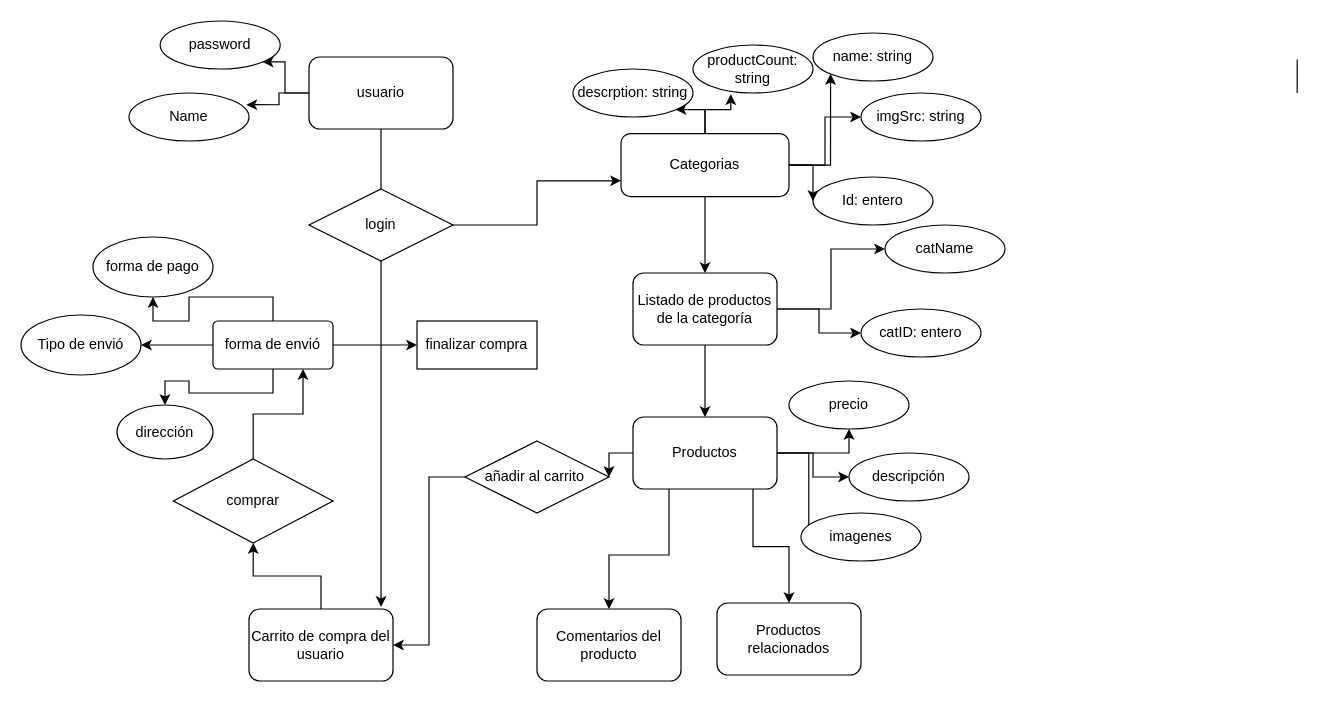
The draw.io diagram Diagrama sin título.drawio in maglisg/e_commerce, before the edit. Source tidied: cells renumbered, new cells numbered last; positions are measured from the earlier drawing's top-left corner, leaving out a move shared by most shapes. Both pictures are drawn from the tidied source at 120%, with x=0, y=0 at pixel (20, 20).
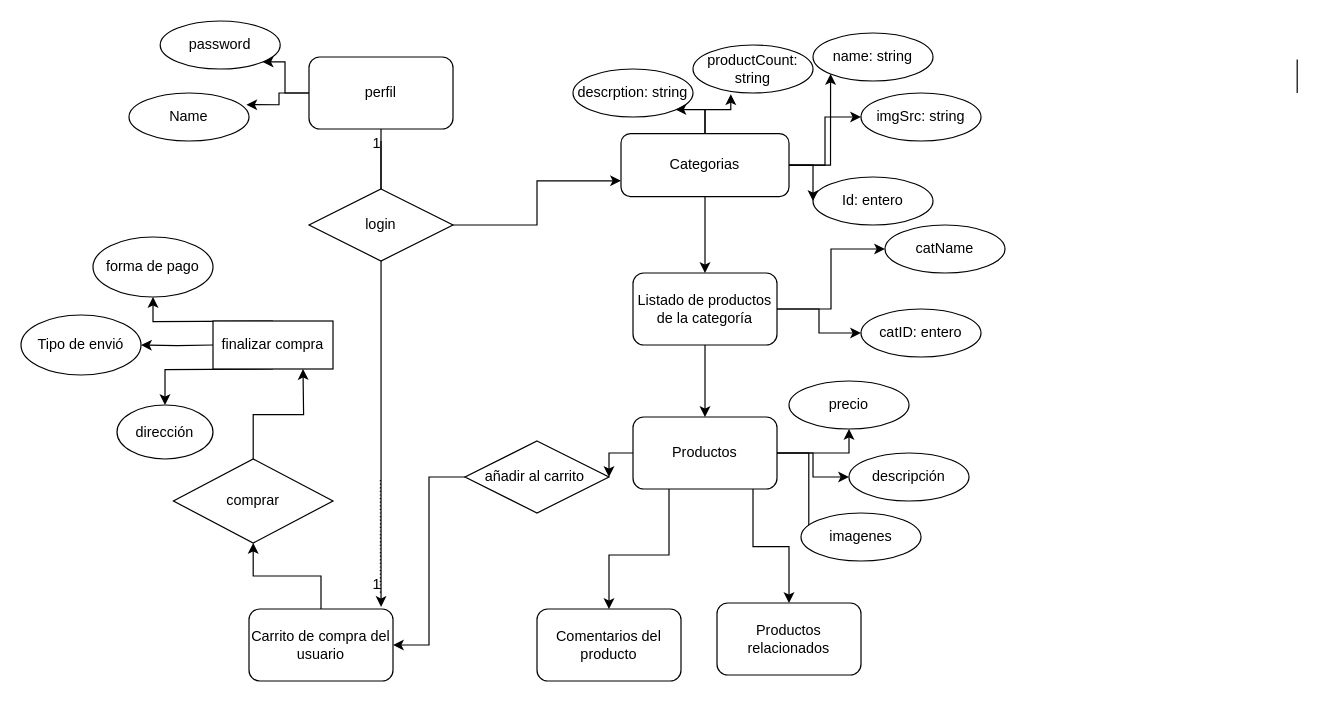
The same diagram, later.

Unchanged cells that the change refers to:
```xml
<mxCell id="38" value="comprar" style="shape=rhombus;perimeter=rhombusPerimeter;whiteSpace=wrap;html=1;align=center;" parent="1" vertex="1">
  <mxGeometry x="127" y="365" width="133" height="70" as="geometry" />
</mxCell>
<mxCell id="44" value="forma de pago" style="ellipse;whiteSpace=wrap;html=1;rounded=1;arcSize=10;" parent="1" vertex="1">
  <mxGeometry x="60" y="180" width="100" height="50" as="geometry" />
</mxCell>
<mxCell id="45" value="dirección" style="ellipse;whiteSpace=wrap;html=1;rounded=1;arcSize=10;" parent="1" vertex="1">
  <mxGeometry x="80" y="320" width="80" height="45" as="geometry" />
</mxCell>
<mxCell id="46" value="Tipo de envió" style="ellipse;whiteSpace=wrap;html=1;rounded=1;arcSize=10;" parent="1" vertex="1">
  <mxGeometry y="245" width="100" height="50" as="geometry" />
</mxCell>
```

What changed in the source:
```diff
@@
-    <mxCell id="34" value="usuario" style="rounded=1;whiteSpace=wrap;html=1;" parent="1" vertex="1">
+    <mxCell id="34" value="perfil" style="rounded=1;whiteSpace=wrap;html=1;" parent="1" vertex="1">
       <mxGeometry x="240" y="30" width="120" height="60" as="geometry" />
     </mxCell>
@@
-    <mxCell id="37" style="edgeStyle=orthogonalEdgeStyle;rounded=0;jettySize=auto;html=1;entryX=0.75;entryY=1;entryDx=0;entryDy=0;" parent="1" edge="1" source="38" target="43">
-      <mxGeometry relative="1" as="geometry" />
+    <mxCell id="37" style="edgeStyle=orthogonalEdgeStyle;rounded=0;jettySize=auto;html=1;entryX=0.75;entryY=1;entryDx=0;entryDy=0;" parent="1" edge="1" source="38">
+      <mxGeometry relative="1" as="geometry">
+        <mxPoint x="235" y="290" as="targetPoint" />
+      </mxGeometry>
     </mxCell>
@@
-    <mxCell id="39" style="edgeStyle=orthogonalEdgeStyle;rounded=0;jettySize=auto;html=1;" parent="1" edge="1" source="43" target="44">
-      <mxGeometry relative="1" as="geometry" />
+    <mxCell id="39" style="edgeStyle=orthogonalEdgeStyle;rounded=0;jettySize=auto;html=1;" parent="1" edge="1" target="44">
+      <mxGeometry relative="1" as="geometry">
+        <mxPoint x="210" y="250" as="sourcePoint" />
+      </mxGeometry>
     </mxCell>
-    <mxCell id="40" style="edgeStyle=orthogonalEdgeStyle;rounded=0;jettySize=auto;html=1;" parent="1" edge="1" source="43" target="45">
-      <mxGeometry relative="1" as="geometry" />
+    <mxCell id="40" style="edgeStyle=orthogonalEdgeStyle;rounded=0;jettySize=auto;html=1;" parent="1" edge="1" target="45">
+      <mxGeometry relative="1" as="geometry">
+        <mxPoint x="210" y="290" as="sourcePoint" />
+      </mxGeometry>
     </mxCell>
-    <mxCell id="41" style="edgeStyle=orthogonalEdgeStyle;rounded=0;jettySize=auto;html=1;" parent="1" edge="1" source="43" target="46">
-      <mxGeometry relative="1" as="geometry" />
+    <mxCell id="41" style="edgeStyle=orthogonalEdgeStyle;rounded=0;jettySize=auto;html=1;" parent="1" edge="1" target="46">
+      <mxGeometry relative="1" as="geometry">
+        <mxPoint x="160" y="270" as="sourcePoint" />
+      </mxGeometry>
     </mxCell>
-    <mxCell id="42" style="edgeStyle=orthogonalEdgeStyle;rounded=0;jettySize=auto;html=1;" parent="1" edge="1" source="43" target="52">
-      <mxGeometry relative="1" as="geometry" />
-    </mxCell>
-    <mxCell id="43" value="forma de envió" style="rounded=1;arcSize=10;whiteSpace=wrap;html=1;align=center;" parent="1" vertex="1">
-      <mxGeometry x="160" y="250" width="100" height="40" as="geometry" />
-    </mxCell>
@@
     <mxCell id="52" value="finalizar compra" style="whiteSpace=wrap;html=1;align=center;" parent="1" vertex="1">
-      <mxGeometry x="330" y="250" width="100" height="40" as="geometry" />
+      <mxGeometry x="160" y="250" width="100" height="40" as="geometry" />
     </mxCell>
@@
+    <mxCell id="57" style="endArrow=none;html=1;rounded=0;dashed=1;dashPattern=1 2;" parent="1" edge="1">
+      <mxGeometry relative="1" as="geometry">
+        <mxPoint x="299.5" y="382.5" as="sourcePoint" />
+        <mxPoint x="299.5" y="477.5" as="targetPoint" />
+      </mxGeometry>
+    </mxCell>
+    <mxCell id="58" value="1" style="html=1;align=right;verticalAlign=bottom;" parent="57" vertex="1">
+      <mxGeometry x="1" relative="1" as="geometry" />
+    </mxCell>
+    <mxCell id="59" style="endArrow=none;html=1;rounded=0;" parent="1" edge="1">
+      <mxGeometry relative="1" as="geometry">
+        <mxPoint x="300" y="140" as="sourcePoint" />
+        <mxPoint x="300" y="100" as="targetPoint" />
+      </mxGeometry>
+    </mxCell>
+    <mxCell id="60" value="1" style="html=1;align=right;verticalAlign=bottom;" parent="59" vertex="1">
+      <mxGeometry x="1" relative="1" as="geometry">
+        <mxPoint y="10" as="offset" />
+      </mxGeometry>
+    </mxCell>
```
